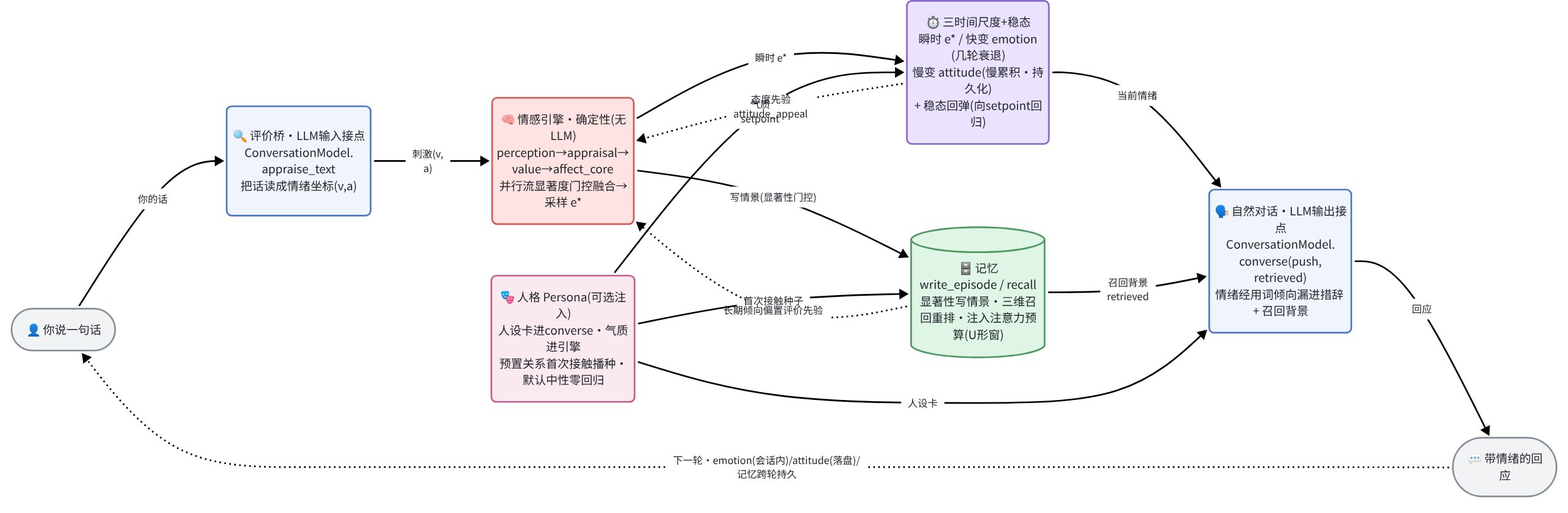
Above: docs/v2/runtime-flow.png in WizardHeHeJun/Zero (Mermaid), before the change. Its source is kept beside it as docs/v2/runtime-flow.mmd.
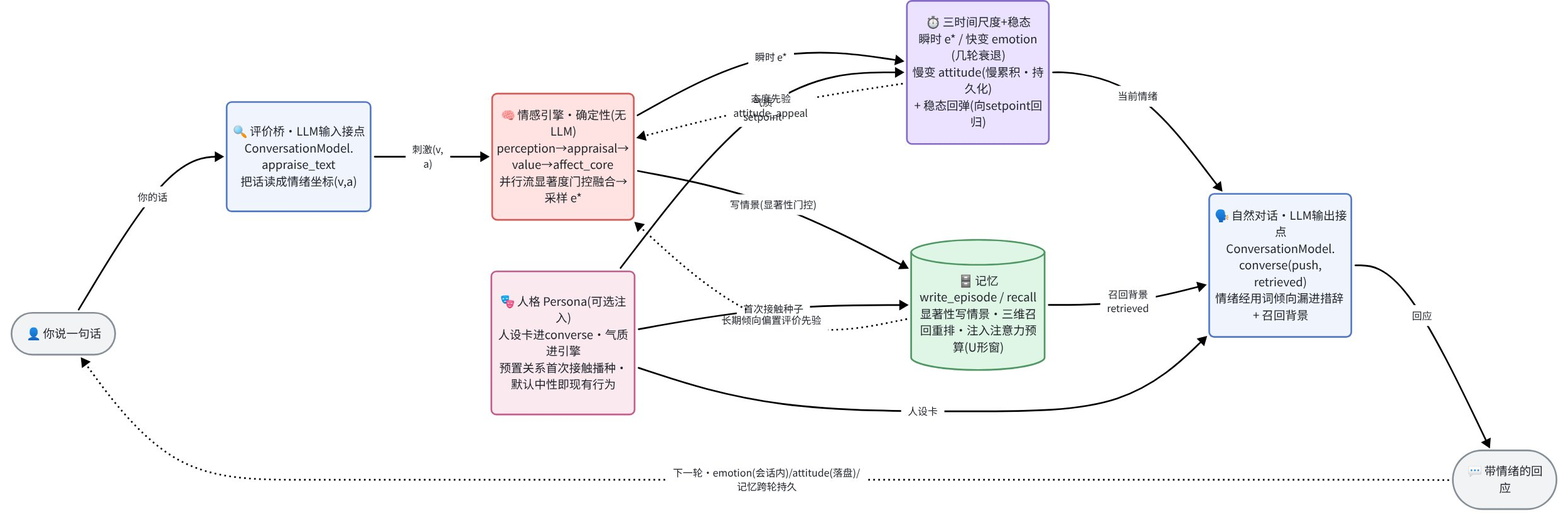
The same file after the commit.

The edit, as a diff of the source:
```diff
@@ -4,7 +4,7 @@
   engine["🧠 情感引擎·确定性(无LLM)<br/>perception→appraisal→value→affect_core<br/>并行流显著度门控融合→采样 e*"]:::engine
   timescales["⏱️ 三时间尺度+稳态<br/>瞬时 e* / 快变 emotion(几轮衰退)<br/>慢变 attitude(慢累积·持久化)<br/>+ 稳态回弹(向setpoint回归)"]:::timescale
   converse["🗣️ 自然对话·LLM输出接点<br/>ConversationModel.converse(push,retrieved)<br/>情绪经用词倾向漏进措辞 + 召回背景"]:::language
-  persona["🎭 人格 Persona(可选注入)<br/>人设卡进converse·气质进引擎<br/>预置关系首次接触播种·默认中性零回归"]:::persona
+  persona["🎭 人格 Persona(可选注入)<br/>人设卡进converse·气质进引擎<br/>预置关系首次接触播种·默认中性即现有行为"]:::persona
   memory[("🗄️ 记忆<br/>write_episode / recall<br/>显著性写情景·三维召回重排·注入注意力预算(U形窗)")]:::memory
   reply(["💬 带情绪的回应"]):::terminal
 
```
